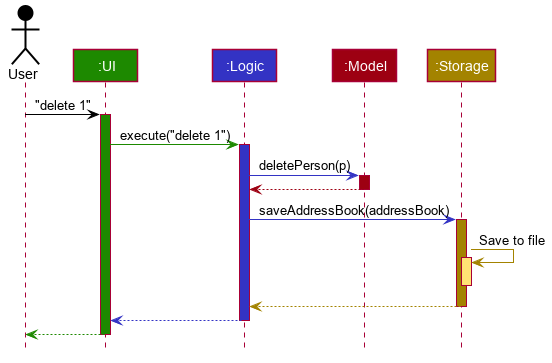
Before: docs/images/ArchitectureSequenceDiagram.png, a diagram exported from PlantUML (nus-cs2103-AY1920S2/addressbook-level3). Source of this version:
```plantuml
@startuml








skinparam BackgroundColor #FFFFFFF

skinparam Shadowing false

skinparam Class {
    FontColor #FFFFFF
    BorderThickness 1
    BorderColor #FFFFFF
    StereotypeFontColor #FFFFFF
    FontName Arial
}

skinparam Actor {
    BorderColor #000000
    Color #000000
    FontName Arial
}

skinparam Sequence {
    MessageAlign center
    BoxFontSize 15
    BoxPadding 0
    BoxFontColor #FFFFFF
    FontName Arial
}

skinparam Participant {
    FontColor #FFFFFFF
    Padding 20
}

skinparam MinClassWidth 50
skinparam ParticipantPadding 10
skinparam Shadowing false
skinparam DefaultTextAlignment center
skinparam packageStyle Rectangle

hide footbox
hide members
hide circle

Actor User as user #000000
Participant ":UI" as ui #1D8900
Participant ":Logic" as logic #3333C4
Participant ":Model" as model #9D0012
Participant ":Storage" as storage #A38300

user -[#000000]> ui : "delete 1"
activate ui #1D8900

ui -[#1D8900]> logic : execute("delete 1")
activate logic #3333C4

logic -[#3333C4]> model : deletePerson(p)
activate model #9D0012

model -[#9D0012]-> logic
deactivate model

logic -[#3333C4]> storage : saveAddressBook(addressBook)
activate storage #A38300

storage -[#A38300]> storage : Save to file
activate storage #FFE374
deactivate storage

storage --[#A38300]> logic
deactivate storage

logic --[#3333C4]> ui
deactivate logic

ui--[#1D8900]> user
deactivate ui
@enduml
```
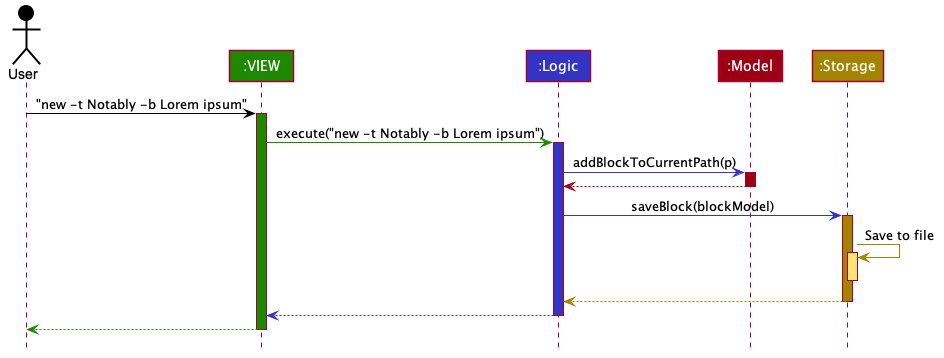
Above is the later version.

Diff of the diagram source:
```diff
@@ -49,24 +49,24 @@
 hide circle
 
 Actor User as user #000000
-Participant ":UI" as ui #1D8900
+Participant ":VIEW" as view #1D8900
 Participant ":Logic" as logic #3333C4
 Participant ":Model" as model #9D0012
 Participant ":Storage" as storage #A38300
 
-user -[#000000]> ui : "delete 1"
-activate ui #1D8900
+user -[#000000]> view : "new -t Notably -b Lorem ipsum"
+activate view #1D8900
 
-ui -[#1D8900]> logic : execute("delete 1")
+view -[#1D8900]> logic : execute("new -t Notably -b Lorem ipsum")
 activate logic #3333C4
 
-logic -[#3333C4]> model : deletePerson(p)
+logic -[#3333C4]> model : addBlockToCurrentPath(p)
 activate model #9D0012
 
 model -[#9D0012]-> logic
 deactivate model
 
-logic -[#3333C4]> storage : saveAddressBook(addressBook)
+logic -[#3333C4]> storage : saveBlock(blockModel)
 activate storage #A38300
 
 storage -[#A38300]> storage : Save to file
@@ -76,9 +76,9 @@
 storage --[#A38300]> logic
 deactivate storage
 
-logic --[#3333C4]> ui
+logic --[#3333C4]> view
 deactivate logic
 
-ui--[#1D8900]> user
-deactivate ui
+view--[#1D8900]> user
+deactivate view
 @enduml
```
